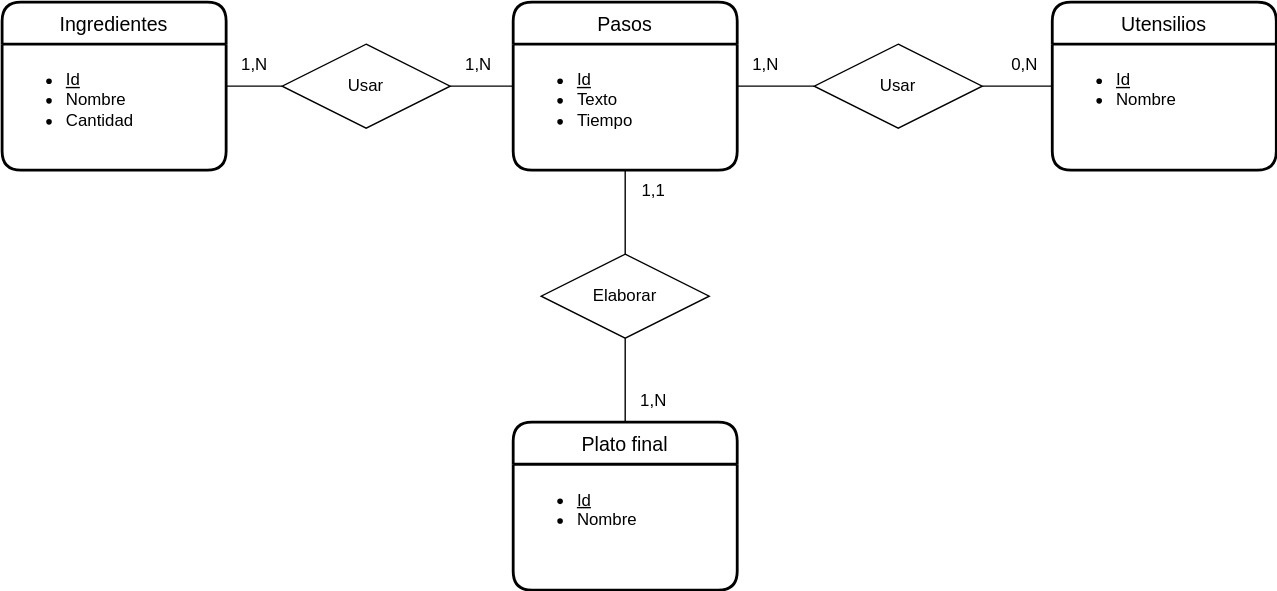
Before: UD12-09.svg, a diagram exported from draw.io (Jimxx22/C3-UD11-UML). Source tidied: cells renumbered, new cells last; positions are measured from the earlier drawing's top-left corner, leaving out a move shared by most shapes.
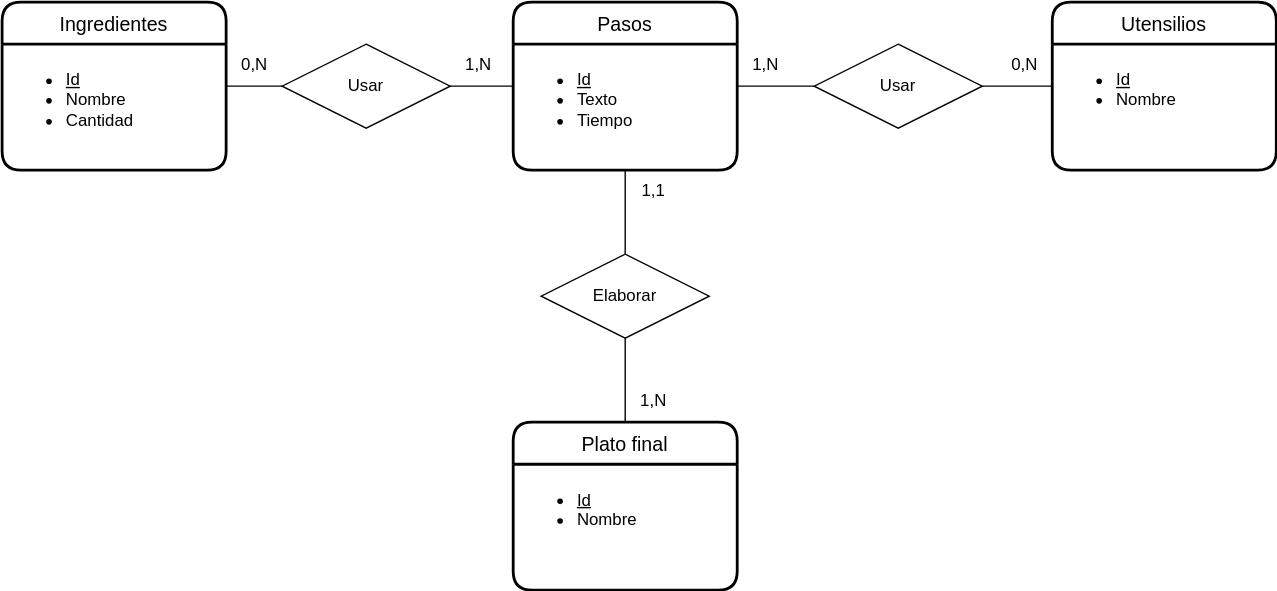
Above is the later version.

What changed in the source:
```diff
@@ -58,7 +58,7 @@
     <mxCell id="18" style="edgeStyle=orthogonalEdgeStyle;rounded=0;jettySize=auto;html=1;exitX=0.5;exitY=1;exitDx=0;exitDy=0;entryX=0.5;entryY=0;entryDx=0;entryDy=0;endArrow=none;endFill=0;" parent="1" edge="1" source="9" target="17">
       <mxGeometry relative="1" as="geometry" />
     </mxCell>
-    <mxCell id="19" value="1,N" style="text;html=1;align=center;verticalAlign=middle;strokeColor=none;fillColor=none;" parent="1" vertex="1">
+    <mxCell id="19" value="0,N" style="text;html=1;align=center;verticalAlign=middle;strokeColor=none;fillColor=none;" parent="1" vertex="1">
       <mxGeometry x="160" y="30" width="40" height="30" as="geometry" />
     </mxCell>
     <mxCell id="20" value="1,N" style="text;html=1;align=center;verticalAlign=middle;strokeColor=none;fillColor=none;" parent="1" vertex="1">
```
